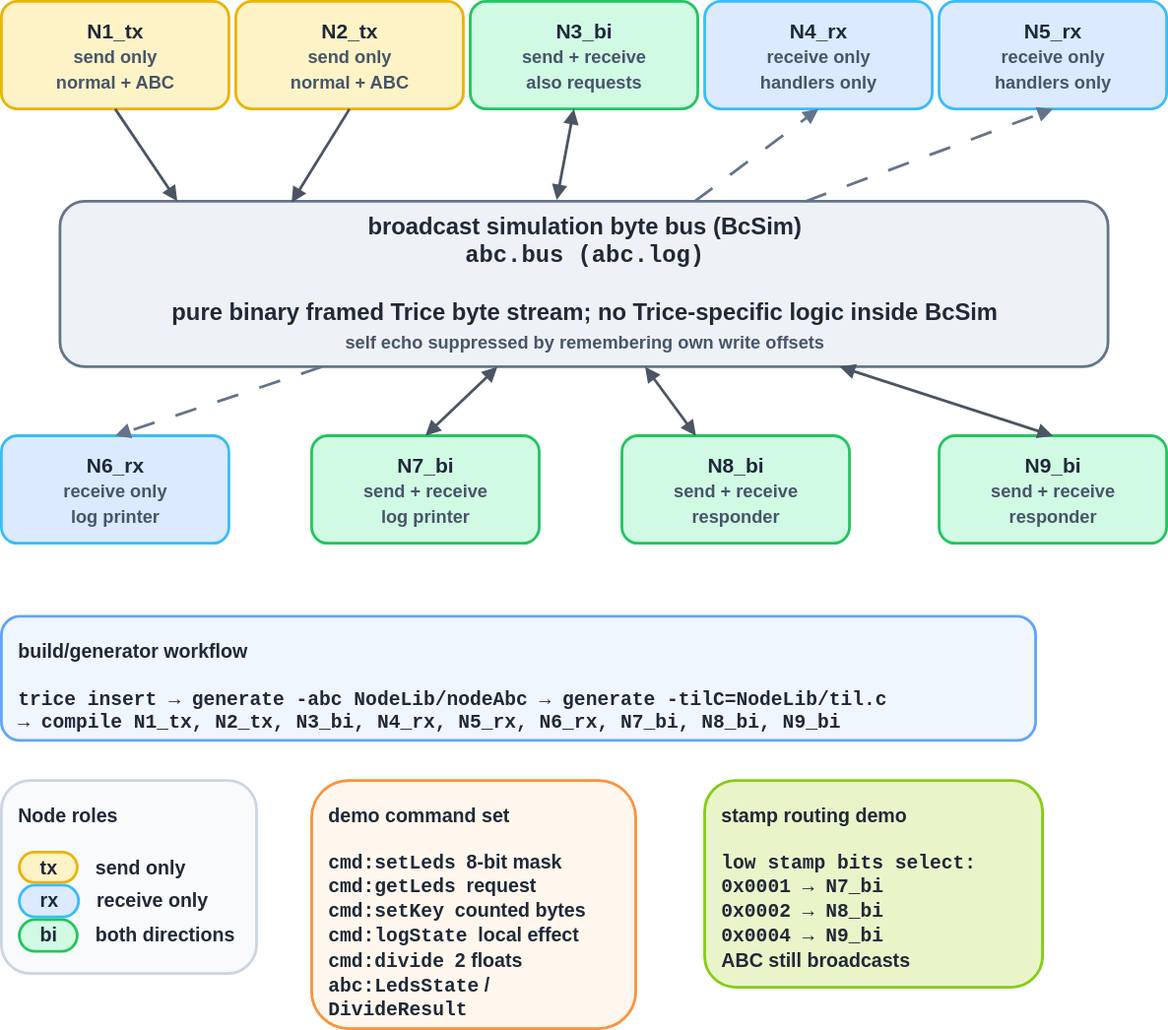
Before: docs/ref/trice_abc_demo_bus2.svg, a diagram exported from draw.io (rokath/trice). Source tidied: cells renumbered, new cells last; positions are measured from the earlier drawing's top-left corner, leaving out a move shared by most shapes. Source of this version:
```xml
<mxGraphModel>
  <root>
    <mxCell id="0" />
    <mxCell id="1" parent="0" />
    <mxCell id="2" value="&lt;div style=&quot;text-align:center;&quot;&gt;&lt;b&gt;N1_tx&lt;/b&gt;&lt;br/&gt;&lt;font style=&quot;font-size:13px;color:#475569;&quot;&gt;send only&lt;br/&gt;normal + ABC&lt;/font&gt;&lt;/div&gt;" style="rounded=1;whiteSpace=wrap;html=1;fillColor=#fef3c7;strokeColor=#eab308;strokeWidth=2;fontSize=15;fontColor=#1f2937;fontStyle=1;align=center;verticalAlign=middle;spacing=8;" parent="1" vertex="1">
      <mxGeometry width="165" height="78" as="geometry" />
    </mxCell>
    <mxCell id="3" value="&lt;div style=&quot;text-align:center;&quot;&gt;&lt;b&gt;N2_tx&lt;/b&gt;&lt;br/&gt;&lt;font style=&quot;font-size:13px;color:#475569;&quot;&gt;send only&lt;br/&gt;normal + ABC&lt;/font&gt;&lt;/div&gt;" style="rounded=1;whiteSpace=wrap;html=1;fillColor=#fef3c7;strokeColor=#eab308;strokeWidth=2;fontSize=15;fontColor=#1f2937;fontStyle=1;align=center;verticalAlign=middle;spacing=8;" parent="1" vertex="1">
      <mxGeometry x="170" width="165" height="78" as="geometry" />
    </mxCell>
    <mxCell id="4" value="&lt;div style=&quot;text-align:center;&quot;&gt;&lt;b&gt;N3_bi&lt;/b&gt;&lt;br/&gt;&lt;font style=&quot;font-size:13px;color:#475569;&quot;&gt;send + receive&lt;br/&gt;also requests&lt;/font&gt;&lt;/div&gt;" style="rounded=1;whiteSpace=wrap;html=1;fillColor=#d1fae5;strokeColor=#22c55e;strokeWidth=2;fontSize=15;fontColor=#1f2937;fontStyle=1;align=center;verticalAlign=middle;spacing=8;" parent="1" vertex="1">
      <mxGeometry x="340" width="165" height="78" as="geometry" />
    </mxCell>
    <mxCell id="5" value="&lt;div style=&quot;text-align:center;&quot;&gt;&lt;b&gt;N7_bi&lt;/b&gt;&lt;br/&gt;&lt;font style=&quot;font-size:13px;color:#475569;&quot;&gt;send + receive&lt;br/&gt;log printer&lt;/font&gt;&lt;/div&gt;" style="rounded=1;whiteSpace=wrap;html=1;fillColor=#d1fae5;strokeColor=#22c55e;strokeWidth=2;fontSize=15;fontColor=#1f2937;fontStyle=1;align=center;verticalAlign=middle;spacing=8;" parent="1" vertex="1">
      <mxGeometry x="225" y="315" width="165" height="78" as="geometry" />
    </mxCell>
    <mxCell id="6" value="&lt;div style=&quot;text-align:center;&quot;&gt;&lt;b&gt;N8_bi&lt;/b&gt;&lt;br/&gt;&lt;font style=&quot;font-size:13px;color:#475569;&quot;&gt;send + receive&lt;br/&gt;responder&lt;/font&gt;&lt;/div&gt;" style="rounded=1;whiteSpace=wrap;html=1;fillColor=#d1fae5;strokeColor=#22c55e;strokeWidth=2;fontSize=15;fontColor=#1f2937;fontStyle=1;align=center;verticalAlign=middle;spacing=8;" parent="1" vertex="1">
      <mxGeometry x="450" y="315" width="165" height="78" as="geometry" />
    </mxCell>
    <mxCell id="7" value="&lt;div style=&quot;text-align:center;&quot;&gt;&lt;b&gt;N9_bi&lt;/b&gt;&lt;br/&gt;&lt;font style=&quot;font-size:13px;color:#475569;&quot;&gt;send + receive&lt;br/&gt;responder&lt;/font&gt;&lt;/div&gt;" style="rounded=1;whiteSpace=wrap;html=1;fillColor=#d1fae5;strokeColor=#22c55e;strokeWidth=2;fontSize=15;fontColor=#1f2937;fontStyle=1;align=center;verticalAlign=middle;spacing=8;" parent="1" vertex="1">
      <mxGeometry x="680" y="315" width="165" height="78" as="geometry" />
    </mxCell>
    <mxCell id="8" value="&lt;div style=&quot;text-align:center;&quot;&gt;&lt;b&gt;broadcast simulation byte bus (&lt;/b&gt;BcSim)&lt;br&gt;&lt;font face=&quot;monospace&quot;&gt;abc.bus (abc.log)&lt;/font&gt;&lt;br&gt;&lt;br&gt;pure binary framed Trice byte stream; no Trice-specific logic inside BcSim&lt;br&gt;&lt;span style=&quot;font-size: 13px; color: rgb(71, 85, 105);&quot;&gt;self echo suppressed by remembering own write offsets&lt;/span&gt;&lt;/div&gt;" style="rounded=1;whiteSpace=wrap;html=1;fillColor=#eef2f7;strokeColor=#64748b;strokeWidth=2;fontSize=17;fontColor=#1f2937;fontStyle=1;align=center;verticalAlign=middle;spacing=8;" parent="1" vertex="1">
      <mxGeometry x="42.5" y="145" width="760" height="120" as="geometry" />
    </mxCell>
    <mxCell id="9" value="&lt;b&gt;demo command set&lt;/b&gt;&lt;br/&gt;&lt;br/&gt;&lt;font face=&quot;monospace&quot;&gt;cmd:setLeds&lt;/font&gt; &amp;nbsp;8-bit mask&lt;br/&gt;&lt;font face=&quot;monospace&quot;&gt;cmd:getLeds&lt;/font&gt; &amp;nbsp;request&lt;br/&gt;&lt;font face=&quot;monospace&quot;&gt;cmd:setKey&lt;/font&gt; &amp;nbsp;counted bytes&lt;br/&gt;&lt;font face=&quot;monospace&quot;&gt;cmd:logState&lt;/font&gt; &amp;nbsp;local effect&lt;br/&gt;&lt;font face=&quot;monospace&quot;&gt;cmd:divide&lt;/font&gt; &amp;nbsp;2 floats&lt;br/&gt;&lt;font face=&quot;monospace&quot;&gt;abc:LedsState&lt;/font&gt; / &lt;font face=&quot;monospace&quot;&gt;DivideResult&lt;/font&gt;" style="rounded=1;whiteSpace=wrap;html=1;fillColor=#fff7ed;strokeColor=#fb923c;strokeWidth=2;fontSize=14;fontColor=#1f2937;fontStyle=1;align=left;verticalAlign=top;spacing=12;" parent="1" vertex="1">
      <mxGeometry x="225" y="565" width="235" height="180" as="geometry" />
    </mxCell>
    <mxCell id="10" value="&lt;b&gt;stamp routing demo&lt;/b&gt;&lt;br/&gt;&lt;br/&gt;&lt;font face=&quot;monospace&quot;&gt;low stamp bits select:&lt;/font&gt;&lt;br/&gt;&lt;font face=&quot;monospace&quot;&gt;0x0001 → N7_bi&lt;/font&gt;&lt;br/&gt;&lt;font face=&quot;monospace&quot;&gt;0x0002 → N8_bi&lt;/font&gt;&lt;br/&gt;&lt;font face=&quot;monospace&quot;&gt;0x0004 → N9_bi&lt;/font&gt;&lt;br/&gt;ABC still broadcasts" style="rounded=1;whiteSpace=wrap;html=1;fillColor=#e9f5c9;strokeColor=#84cc16;strokeWidth=2;fontSize=14;fontColor=#1f2937;fontStyle=1;align=left;verticalAlign=top;spacing=12;" parent="1" vertex="1">
      <mxGeometry x="510" y="565" width="245" height="150" as="geometry" />
    </mxCell>
    <mxCell id="11" value="&lt;b&gt;Node roles&lt;/b&gt;&lt;br/&gt;&lt;br/&gt;&lt;span style=&quot;display:inline-block;border:2px solid #eab308;border-radius:999px;padding:2px 14px;background:#fef3c7;&quot;&gt;tx&lt;/span&gt; &amp;nbsp; send only&lt;br/&gt;&lt;span style=&quot;display:inline-block;border:2px solid #38bdf8;border-radius:999px;padding:2px 14px;background:#dbeafe;&quot;&gt;rx&lt;/span&gt; &amp;nbsp; receive only&lt;br/&gt;&lt;span style=&quot;display:inline-block;border:2px solid #22c55e;border-radius:999px;padding:2px 14px;background:#d1fae5;&quot;&gt;bi&lt;/span&gt; &amp;nbsp; both directions" style="rounded=1;whiteSpace=wrap;html=1;fillColor=#f8fafc;strokeColor=#cbd5e1;strokeWidth=2;fontSize=14;fontColor=#1f2937;fontStyle=1;align=left;verticalAlign=top;spacing=12;" parent="1" vertex="1">
      <mxGeometry y="565" width="185" height="140" as="geometry" />
    </mxCell>
    <mxCell id="12" value="&lt;div style=&quot;text-align:center;&quot;&gt;&lt;b&gt;N4_rx&lt;/b&gt;&lt;br/&gt;&lt;font style=&quot;font-size:13px;color:#475569;&quot;&gt;receive only&lt;br/&gt;handlers only&lt;/font&gt;&lt;/div&gt;" style="rounded=1;whiteSpace=wrap;html=1;fillColor=#dbeafe;strokeColor=#38bdf8;strokeWidth=2;fontSize=15;fontColor=#1f2937;fontStyle=1;align=center;verticalAlign=middle;spacing=8;" parent="1" vertex="1">
      <mxGeometry x="510" width="165" height="78" as="geometry" />
    </mxCell>
    <mxCell id="13" value="&lt;div style=&quot;text-align:center;&quot;&gt;&lt;b&gt;N5_rx&lt;/b&gt;&lt;br/&gt;&lt;font style=&quot;font-size:13px;color:#475569;&quot;&gt;receive only&lt;br/&gt;handlers only&lt;/font&gt;&lt;/div&gt;" style="rounded=1;whiteSpace=wrap;html=1;fillColor=#dbeafe;strokeColor=#38bdf8;strokeWidth=2;fontSize=15;fontColor=#1f2937;fontStyle=1;align=center;verticalAlign=middle;spacing=8;" parent="1" vertex="1">
      <mxGeometry x="680" width="165" height="78" as="geometry" />
    </mxCell>
    <mxCell id="14" value="&lt;div style=&quot;text-align:center;&quot;&gt;&lt;b&gt;N6_rx&lt;/b&gt;&lt;br/&gt;&lt;font style=&quot;font-size:13px;color:#475569;&quot;&gt;receive only&lt;br/&gt;log printer&lt;/font&gt;&lt;/div&gt;" style="rounded=1;whiteSpace=wrap;html=1;fillColor=#dbeafe;strokeColor=#38bdf8;strokeWidth=2;fontSize=15;fontColor=#1f2937;fontStyle=1;align=center;verticalAlign=middle;spacing=8;" parent="1" vertex="1">
      <mxGeometry y="315" width="165" height="78" as="geometry" />
    </mxCell>
    <mxCell id="15" value="&lt;b&gt;build/generator workflow&lt;/b&gt;&lt;br/&gt;&lt;br/&gt;&lt;font face=&quot;monospace&quot;&gt;trice insert → generate -abc NodeLib/nodeAbc → generate -tilC=NodeLib/til.c&lt;/font&gt;&lt;br/&gt;&lt;font face=&quot;monospace&quot;&gt;→ compile N1_tx, N2_tx, N3_bi, N4_rx, N5_rx, N6_rx, N7_bi, N8_bi, N9_bi&lt;/font&gt;" style="rounded=1;whiteSpace=wrap;html=1;fillColor=#eff6ff;strokeColor=#60a5fa;strokeWidth=2;fontSize=14;fontColor=#1f2937;fontStyle=1;align=left;verticalAlign=top;spacing=12;" parent="1" vertex="1">
      <mxGeometry y="446" width="750" height="90" as="geometry" />
    </mxCell>
    <mxCell id="16" style="endArrow=block;endFill=1;strokeColor=#4b5563;strokeWidth=2;rounded=0;html=1;jettySize=auto;exitX=0.5;exitY=1;exitDx=0;exitDy=0;entryX=0.112;entryY=0;entryDx=0;entryDy=0;entryPerimeter=0;" parent="1" edge="1" source="2" target="8">
      <mxGeometry relative="1" as="geometry" />
    </mxCell>
    <mxCell id="17" style="endArrow=block;endFill=1;strokeColor=#4b5563;strokeWidth=2;rounded=0;html=1;jettySize=auto;exitX=0.5;exitY=1;exitDx=0;exitDy=0;entryX=0.221;entryY=0.008;entryDx=0;entryDy=0;entryPerimeter=0;" parent="1" edge="1" source="3" target="8">
      <mxGeometry relative="1" as="geometry" />
    </mxCell>
    <mxCell id="18" style="endArrow=block;endFill=1;strokeColor=#4b5563;strokeWidth=2;rounded=0;html=1;jettySize=auto;startArrow=block;startFill=1;entryX=0.474;entryY=-0.008;entryDx=0;entryDy=0;entryPerimeter=0;" parent="1" edge="1" source="4" target="8">
      <mxGeometry relative="1" as="geometry" />
    </mxCell>
    <mxCell id="19" style="endArrow=block;endFill=1;strokeColor=#4b5563;strokeWidth=2;rounded=0;html=1;jettySize=auto;startArrow=block;startFill=1;exitX=0.5;exitY=0;exitDx=0;exitDy=0;" parent="1" edge="1" source="5" target="8">
      <mxGeometry relative="1" as="geometry" />
    </mxCell>
    <mxCell id="20" style="endArrow=block;endFill=1;strokeColor=#4b5563;strokeWidth=2;rounded=0;html=1;jettySize=auto;startArrow=block;startFill=1;" parent="1" edge="1" source="6" target="8">
      <mxGeometry relative="1" as="geometry" />
    </mxCell>
    <mxCell id="21" style="endArrow=block;endFill=1;strokeColor=#4b5563;strokeWidth=2;rounded=0;html=1;jettySize=auto;startArrow=block;startFill=1;exitX=0.5;exitY=0;exitDx=0;exitDy=0;" parent="1" edge="1" source="7" target="8">
      <mxGeometry relative="1" as="geometry" />
    </mxCell>
    <mxCell id="22" style="endArrow=block;endFill=1;strokeColor=#64748b;strokeWidth=2;rounded=0;html=1;dashed=1;dashPattern=8 8;jettySize=auto;entryX=0.5;entryY=1;entryDx=0;entryDy=0;" parent="1" edge="1" source="8" target="12">
      <mxGeometry relative="1" as="geometry" />
    </mxCell>
    <mxCell id="23" style="endArrow=block;endFill=1;strokeColor=#64748b;strokeWidth=2;rounded=0;html=1;dashed=1;dashPattern=8 8;jettySize=auto;entryX=0.5;entryY=1;entryDx=0;entryDy=0;" parent="1" edge="1" source="8" target="13">
      <mxGeometry relative="1" as="geometry" />
    </mxCell>
    <mxCell id="24" style="endArrow=block;endFill=1;strokeColor=#64748b;strokeWidth=2;rounded=0;html=1;dashed=1;dashPattern=8 8;jettySize=auto;entryX=0.5;entryY=0;entryDx=0;entryDy=0;exitX=0.25;exitY=1;exitDx=0;exitDy=0;" parent="1" edge="1" source="8" target="14">
      <mxGeometry relative="1" as="geometry" />
    </mxCell>
  </root>
</mxGraphModel>
```
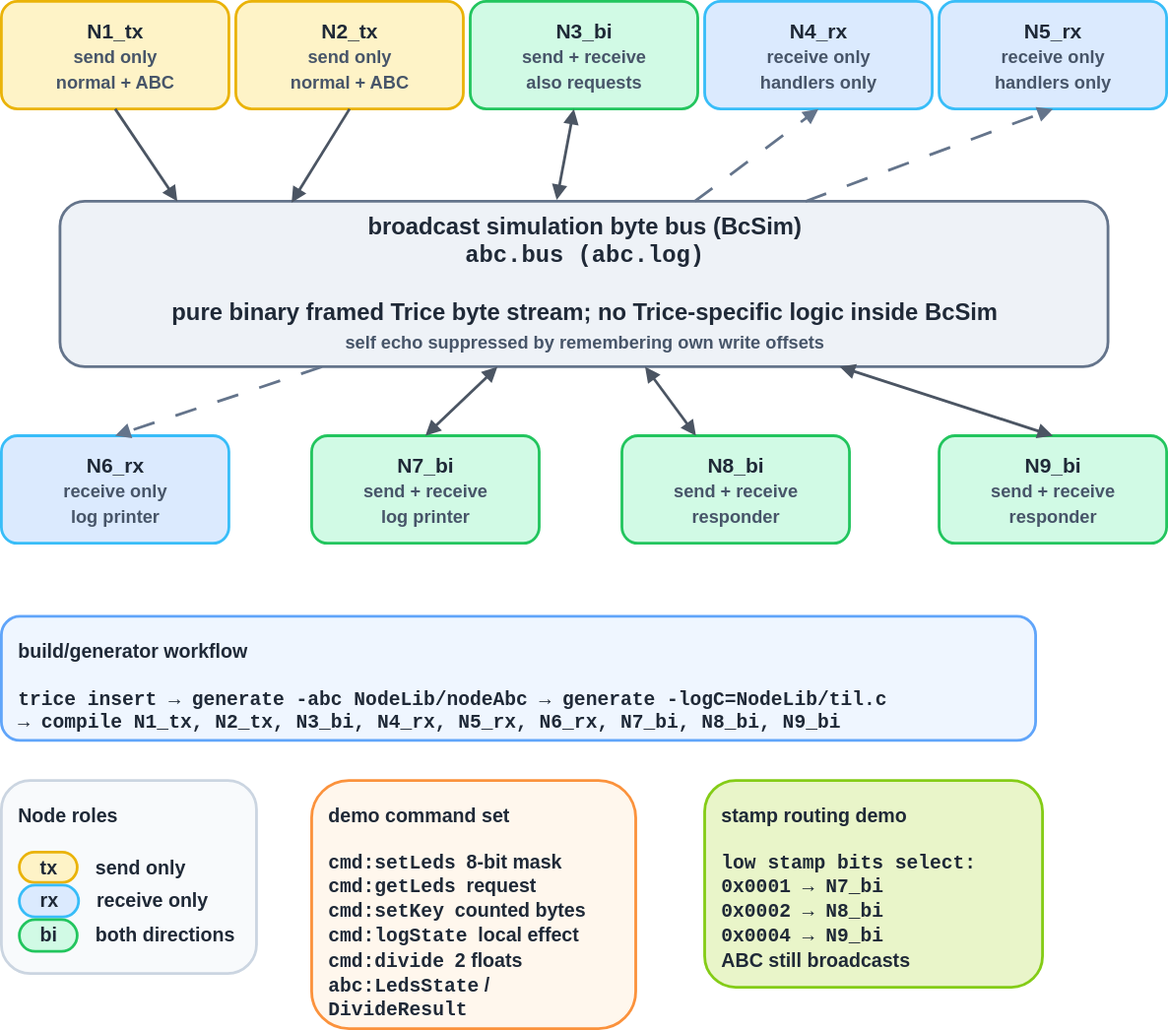
After the commit.

Diff of the diagram source:
```diff
@@ -41,7 +41,7 @@
     <mxCell id="14" value="&lt;div style=&quot;text-align:center;&quot;&gt;&lt;b&gt;N6_rx&lt;/b&gt;&lt;br/&gt;&lt;font style=&quot;font-size:13px;color:#475569;&quot;&gt;receive only&lt;br/&gt;log printer&lt;/font&gt;&lt;/div&gt;" style="rounded=1;whiteSpace=wrap;html=1;fillColor=#dbeafe;strokeColor=#38bdf8;strokeWidth=2;fontSize=15;fontColor=#1f2937;fontStyle=1;align=center;verticalAlign=middle;spacing=8;" parent="1" vertex="1">
       <mxGeometry y="315" width="165" height="78" as="geometry" />
     </mxCell>
-    <mxCell id="15" value="&lt;b&gt;build/generator workflow&lt;/b&gt;&lt;br/&gt;&lt;br/&gt;&lt;font face=&quot;monospace&quot;&gt;trice insert → generate -abc NodeLib/nodeAbc → generate -tilC=NodeLib/til.c&lt;/font&gt;&lt;br/&gt;&lt;font face=&quot;monospace&quot;&gt;→ compile N1_tx, N2_tx, N3_bi, N4_rx, N5_rx, N6_rx, N7_bi, N8_bi, N9_bi&lt;/font&gt;" style="rounded=1;whiteSpace=wrap;html=1;fillColor=#eff6ff;strokeColor=#60a5fa;strokeWidth=2;fontSize=14;fontColor=#1f2937;fontStyle=1;align=left;verticalAlign=top;spacing=12;" parent="1" vertex="1">
+    <mxCell id="15" value="&lt;b&gt;build/generator workflow&lt;/b&gt;&lt;br/&gt;&lt;br/&gt;&lt;font face=&quot;monospace&quot;&gt;trice insert → generate -abc NodeLib/nodeAbc → generate -logC=NodeLib/til.c&lt;/font&gt;&lt;br/&gt;&lt;font face=&quot;monospace&quot;&gt;→ compile N1_tx, N2_tx, N3_bi, N4_rx, N5_rx, N6_rx, N7_bi, N8_bi, N9_bi&lt;/font&gt;" style="rounded=1;whiteSpace=wrap;html=1;fillColor=#eff6ff;strokeColor=#60a5fa;strokeWidth=2;fontSize=14;fontColor=#1f2937;fontStyle=1;align=left;verticalAlign=top;spacing=12;" parent="1" vertex="1">
       <mxGeometry y="446" width="750" height="90" as="geometry" />
     </mxCell>
     <mxCell id="16" style="endArrow=block;endFill=1;strokeColor=#4b5563;strokeWidth=2;rounded=0;html=1;jettySize=auto;exitX=0.5;exitY=1;exitDx=0;exitDy=0;entryX=0.112;entryY=0;entryDx=0;entryDy=0;entryPerimeter=0;" parent="1" edge="1" source="2" target="8">
```
